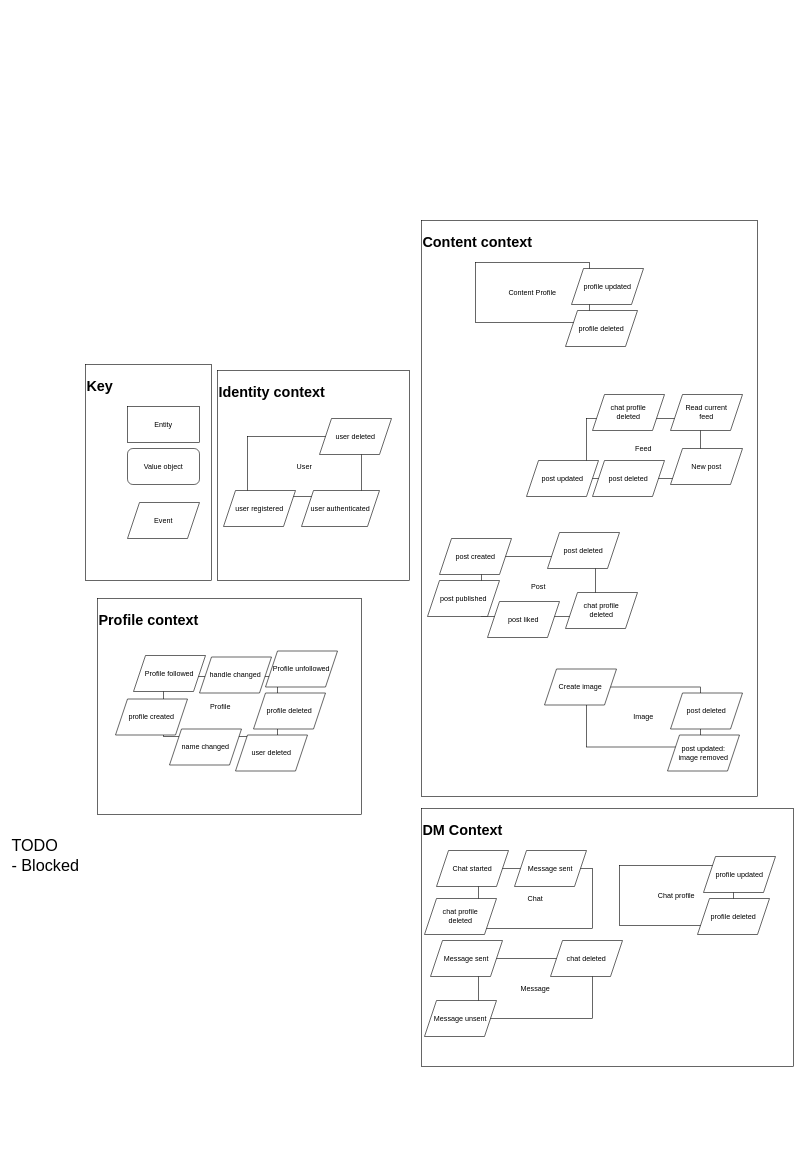
Above: docs/Domain Model.drawio in domhall/instaclone (draw.io), before the change. Source tidied: cells renumbered, new cells numbered last; positions are measured from the earlier drawing's top-left corner, leaving out a move shared by most shapes. Both pictures are drawn from the tidied source at 60%, with x=0, y=0 at pixel (10, 220).
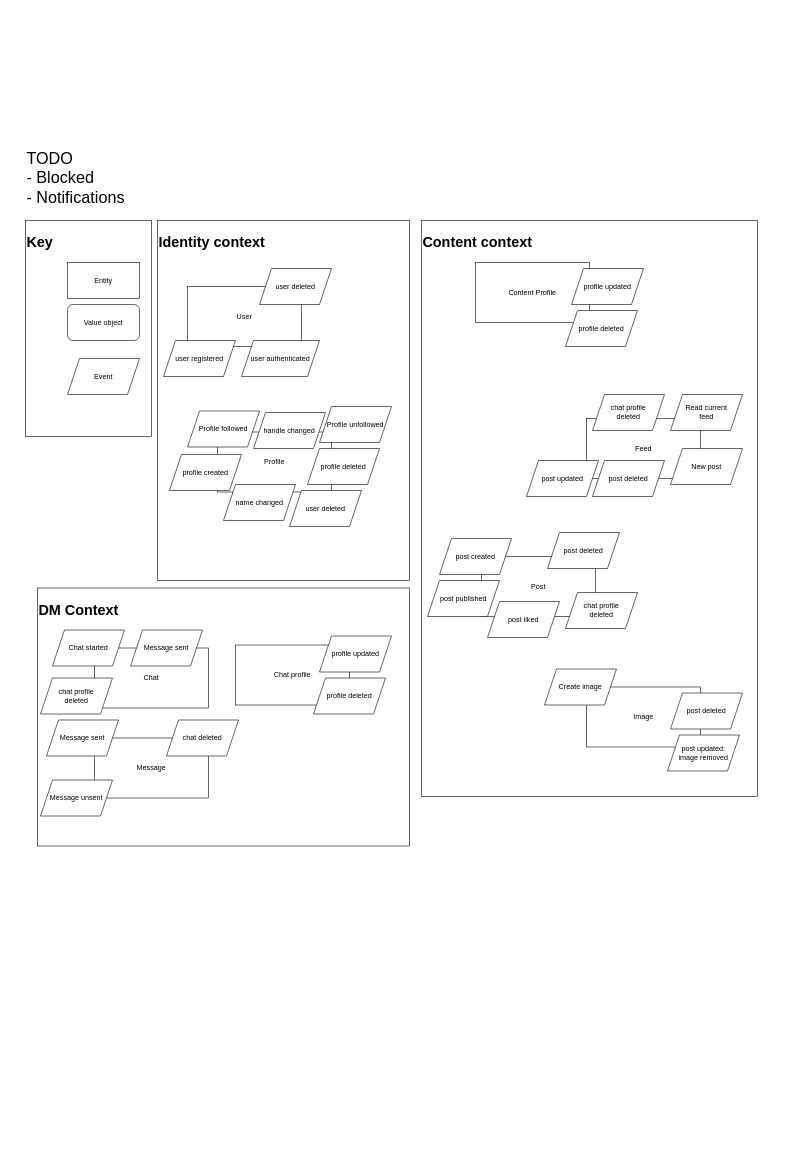
Above is the later version.

Change to the diagram source:
```diff
@@
-    <mxCell id="2" value="&lt;h1 style=&quot;&quot;&gt;&lt;span style=&quot;background-color: initial;&quot;&gt;Profile context&lt;/span&gt;&lt;/h1&gt;" style="rounded=0;whiteSpace=wrap;html=1;fillColor=none;align=left;verticalAlign=top;" parent="1" vertex="1">
-      <mxGeometry x="145" y="630" width="440" height="360" as="geometry" />
-    </mxCell>
@@
     <mxCell id="4" value="User" style="rounded=0;whiteSpace=wrap;html=1;" parent="1" vertex="1">
-      <mxGeometry x="395" y="360" width="190" height="100" as="geometry" />
+      <mxGeometry x="295" y="110" width="190" height="100" as="geometry" />
     </mxCell>
     <mxCell id="5" value="user registered" style="shape=parallelogram;perimeter=parallelogramPerimeter;whiteSpace=wrap;html=1;fixedSize=1;" parent="1" vertex="1">
-      <mxGeometry x="355" y="450" width="120" height="60" as="geometry" />
+      <mxGeometry x="255" y="200" width="120" height="60" as="geometry" />
     </mxCell>
     <mxCell id="6" value="user authenticated" style="shape=parallelogram;perimeter=parallelogramPerimeter;whiteSpace=wrap;html=1;fixedSize=1;" parent="1" vertex="1">
-      <mxGeometry x="485" y="450" width="130" height="60" as="geometry" />
+      <mxGeometry x="385" y="200" width="130" height="60" as="geometry" />
     </mxCell>
@@
     <mxCell id="19" value="Entity" style="rounded=0;whiteSpace=wrap;html=1;" parent="1" vertex="1">
-      <mxGeometry x="195" y="310" width="120" height="60" as="geometry" />
+      <mxGeometry x="95" y="70" width="120" height="60" as="geometry" />
     </mxCell>
     <mxCell id="20" value="Value object" style="rounded=1;whiteSpace=wrap;html=1;" parent="1" vertex="1">
-      <mxGeometry x="195" y="380" width="120" height="60" as="geometry" />
+      <mxGeometry x="95" y="140" width="120" height="60" as="geometry" />
     </mxCell>
     <mxCell id="21" value="Event" style="shape=parallelogram;perimeter=parallelogramPerimeter;whiteSpace=wrap;html=1;fixedSize=1;" parent="1" vertex="1">
-      <mxGeometry x="195" y="470" width="120" height="60" as="geometry" />
+      <mxGeometry x="95" y="230" width="120" height="60" as="geometry" />
     </mxCell>
     <mxCell id="22" value="Profile" style="rounded=0;whiteSpace=wrap;html=1;" parent="1" vertex="1">
-      <mxGeometry x="255" y="760" width="190" height="100" as="geometry" />
+      <mxGeometry x="345" y="352.5" width="190" height="100" as="geometry" />
     </mxCell>
@@
     <mxCell id="25" value="user deleted" style="shape=parallelogram;perimeter=parallelogramPerimeter;whiteSpace=wrap;html=1;fixedSize=1;" parent="1" vertex="1">
-      <mxGeometry x="515" y="330" width="120" height="60" as="geometry" />
+      <mxGeometry x="415" y="80" width="120" height="60" as="geometry" />
     </mxCell>
@@
     <mxCell id="31" value="&lt;h1 style=&quot;&quot;&gt;&lt;span style=&quot;background-color: initial;&quot;&gt;Key&lt;/span&gt;&lt;/h1&gt;" style="rounded=0;whiteSpace=wrap;html=1;fillColor=none;align=left;verticalAlign=top;" parent="1" vertex="1">
-      <mxGeometry x="125" y="240" width="210" height="360" as="geometry" />
+      <mxGeometry x="25" width="210" height="360" as="geometry" />
     </mxCell>
     <mxCell id="32" value="&lt;h1 style=&quot;&quot;&gt;&lt;span style=&quot;background-color: initial;&quot;&gt;Identity context&lt;/span&gt;&lt;/h1&gt;" style="rounded=0;whiteSpace=wrap;html=1;fillColor=none;align=left;verticalAlign=top;" parent="1" vertex="1">
-      <mxGeometry x="345" y="250" width="320" height="350" as="geometry" />
+      <mxGeometry x="245" width="420" height="600" as="geometry" />
     </mxCell>
     <mxCell id="33" value="&lt;h1 style=&quot;&quot;&gt;&lt;span style=&quot;background-color: initial;&quot;&gt;DM Context&lt;/span&gt;&lt;/h1&gt;" style="rounded=0;whiteSpace=wrap;html=1;fillColor=none;align=left;verticalAlign=top;" parent="1" vertex="1">
-      <mxGeometry x="685" y="980" width="620" height="430" as="geometry" />
+      <mxGeometry x="45" y="612.5" width="620" height="430" as="geometry" />
     </mxCell>
     <mxCell id="34" value="Chat" style="rounded=0;whiteSpace=wrap;html=1;" parent="1" vertex="1">
-      <mxGeometry x="780" y="1080" width="190" height="100" as="geometry" />
+      <mxGeometry x="140" y="712.5" width="190" height="100" as="geometry" />
     </mxCell>
     <mxCell id="35" value="Chat started" style="shape=parallelogram;perimeter=parallelogramPerimeter;whiteSpace=wrap;html=1;fixedSize=1;" parent="1" vertex="1">
-      <mxGeometry x="710" y="1050" width="120" height="60" as="geometry" />
+      <mxGeometry x="70" y="682.5" width="120" height="60" as="geometry" />
     </mxCell>
     <mxCell id="36" value="Message sent" style="shape=parallelogram;perimeter=parallelogramPerimeter;whiteSpace=wrap;html=1;fixedSize=1;" parent="1" vertex="1">
-      <mxGeometry x="840" y="1050" width="120" height="60" as="geometry" />
+      <mxGeometry x="200" y="682.5" width="120" height="60" as="geometry" />
     </mxCell>
     <mxCell id="37" value="chat profile&lt;br&gt;deleted" style="shape=parallelogram;perimeter=parallelogramPerimeter;whiteSpace=wrap;html=1;fixedSize=1;" parent="1" vertex="1">
-      <mxGeometry x="690" y="1130" width="120" height="60" as="geometry" />
+      <mxGeometry x="50" y="762.5" width="120" height="60" as="geometry" />
     </mxCell>
     <mxCell id="38" value="Message" style="rounded=0;whiteSpace=wrap;html=1;" parent="1" vertex="1">
-      <mxGeometry x="780" y="1230" width="190" height="100" as="geometry" />
+      <mxGeometry x="140" y="862.5" width="190" height="100" as="geometry" />
     </mxCell>
     <mxCell id="39" value="Message sent" style="shape=parallelogram;perimeter=parallelogramPerimeter;whiteSpace=wrap;html=1;fixedSize=1;" parent="1" vertex="1">
-      <mxGeometry x="700" y="1200" width="120" height="60" as="geometry" />
+      <mxGeometry x="60" y="832.5" width="120" height="60" as="geometry" />
     </mxCell>
     <mxCell id="40" value="Message unsent" style="shape=parallelogram;perimeter=parallelogramPerimeter;whiteSpace=wrap;html=1;fixedSize=1;" parent="1" vertex="1">
-      <mxGeometry x="690" y="1300" width="120" height="60" as="geometry" />
+      <mxGeometry x="50" y="932.5" width="120" height="60" as="geometry" />
     </mxCell>
     <mxCell id="41" value="chat deleted" style="shape=parallelogram;perimeter=parallelogramPerimeter;whiteSpace=wrap;html=1;fixedSize=1;" parent="1" vertex="1">
-      <mxGeometry x="900" y="1200" width="120" height="60" as="geometry" />
+      <mxGeometry x="260" y="832.5" width="120" height="60" as="geometry" />
     </mxCell>
     <mxCell id="42" value="Profile followed" style="shape=parallelogram;perimeter=parallelogramPerimeter;whiteSpace=wrap;html=1;fixedSize=1;" parent="1" vertex="1">
-      <mxGeometry x="205" y="725" width="120" height="60" as="geometry" />
+      <mxGeometry x="295" y="317.5" width="120" height="60" as="geometry" />
     </mxCell>
     <mxCell id="43" value="profile created" style="shape=parallelogram;perimeter=parallelogramPerimeter;whiteSpace=wrap;html=1;fixedSize=1;" parent="1" vertex="1">
-      <mxGeometry x="175" y="797.5" width="120" height="60" as="geometry" />
+      <mxGeometry x="265" y="390" width="120" height="60" as="geometry" />
     </mxCell>
     <mxCell id="44" value="name changed" style="shape=parallelogram;perimeter=parallelogramPerimeter;whiteSpace=wrap;html=1;fixedSize=1;" parent="1" vertex="1">
-      <mxGeometry x="265" y="847.5" width="120" height="60" as="geometry" />
+      <mxGeometry x="355" y="440" width="120" height="60" as="geometry" />
     </mxCell>
     <mxCell id="45" value="handle changed" style="shape=parallelogram;perimeter=parallelogramPerimeter;whiteSpace=wrap;html=1;fixedSize=1;" parent="1" vertex="1">
-      <mxGeometry x="315" y="727.5" width="120" height="60" as="geometry" />
+      <mxGeometry x="405" y="320" width="120" height="60" as="geometry" />
     </mxCell>
     <mxCell id="46" value="profile deleted" style="shape=parallelogram;perimeter=parallelogramPerimeter;whiteSpace=wrap;html=1;fixedSize=1;" parent="1" vertex="1">
-      <mxGeometry x="405" y="787.5" width="120" height="60" as="geometry" />
+      <mxGeometry x="495" y="380" width="120" height="60" as="geometry" />
     </mxCell>
     <mxCell id="47" value="Profile unfollowed" style="shape=parallelogram;perimeter=parallelogramPerimeter;whiteSpace=wrap;html=1;fixedSize=1;" parent="1" vertex="1">
-      <mxGeometry x="425" y="717.5" width="120" height="60" as="geometry" />
+      <mxGeometry x="515" y="310" width="120" height="60" as="geometry" />
     </mxCell>
     <mxCell id="48" value="Chat profile" style="rounded=0;whiteSpace=wrap;html=1;" parent="1" vertex="1">
-      <mxGeometry x="1015" y="1075" width="190" height="100" as="geometry" />
+      <mxGeometry x="375" y="707.5" width="190" height="100" as="geometry" />
     </mxCell>
     <mxCell id="49" value="profile updated" style="shape=parallelogram;perimeter=parallelogramPerimeter;whiteSpace=wrap;html=1;fixedSize=1;" parent="1" vertex="1">
-      <mxGeometry x="1155" y="1060" width="120" height="60" as="geometry" />
+      <mxGeometry x="515" y="692.5" width="120" height="60" as="geometry" />
     </mxCell>
     <mxCell id="50" value="profile deleted" style="shape=parallelogram;perimeter=parallelogramPerimeter;whiteSpace=wrap;html=1;fixedSize=1;" parent="1" vertex="1">
-      <mxGeometry x="1145" y="1130" width="120" height="60" as="geometry" />
+      <mxGeometry x="505" y="762.5" width="120" height="60" as="geometry" />
     </mxCell>
-    <mxCell id="51" value="&lt;font style=&quot;font-size: 27px;&quot;&gt;TODO&lt;br&gt;&lt;/font&gt;&lt;div style=&quot;font-size: 27px;&quot;&gt;&lt;span style=&quot;background-color: initial;&quot;&gt;&lt;font style=&quot;font-size: 27px;&quot;&gt;- Blocked&lt;/font&gt;&lt;/span&gt;&lt;/div&gt;" style="text;html=1;strokeColor=none;fillColor=none;align=left;verticalAlign=top;whiteSpace=wrap;rounded=0;" parent="1" vertex="1">
-      <mxGeometry y="1020" width="590" height="540" as="geometry" />
+    <mxCell id="51" value="&lt;font style=&quot;font-size: 27px;&quot;&gt;TODO&lt;br&gt;&lt;/font&gt;&lt;div style=&quot;font-size: 27px;&quot;&gt;&lt;span style=&quot;background-color: initial;&quot;&gt;&lt;font style=&quot;font-size: 27px;&quot;&gt;- Blocked&lt;/font&gt;&lt;/span&gt;&lt;/div&gt;&lt;div style=&quot;font-size: 27px;&quot;&gt;&lt;span style=&quot;background-color: initial;&quot;&gt;&lt;font style=&quot;font-size: 27px;&quot;&gt;- Notifications&lt;/font&gt;&lt;/span&gt;&lt;/div&gt;" style="text;html=1;strokeColor=none;fillColor=none;align=left;verticalAlign=bottom;whiteSpace=wrap;rounded=0;" parent="1" vertex="1">
+      <mxGeometry x="25" y="-350" width="640" height="330" as="geometry" />
     </mxCell>
     <mxCell id="52" value="user deleted" style="shape=parallelogram;perimeter=parallelogramPerimeter;whiteSpace=wrap;html=1;fixedSize=1;" parent="1" vertex="1">
-      <mxGeometry x="375" y="857.5" width="120" height="60" as="geometry" />
+      <mxGeometry x="465" y="450" width="120" height="60" as="geometry" />
     </mxCell>
```
